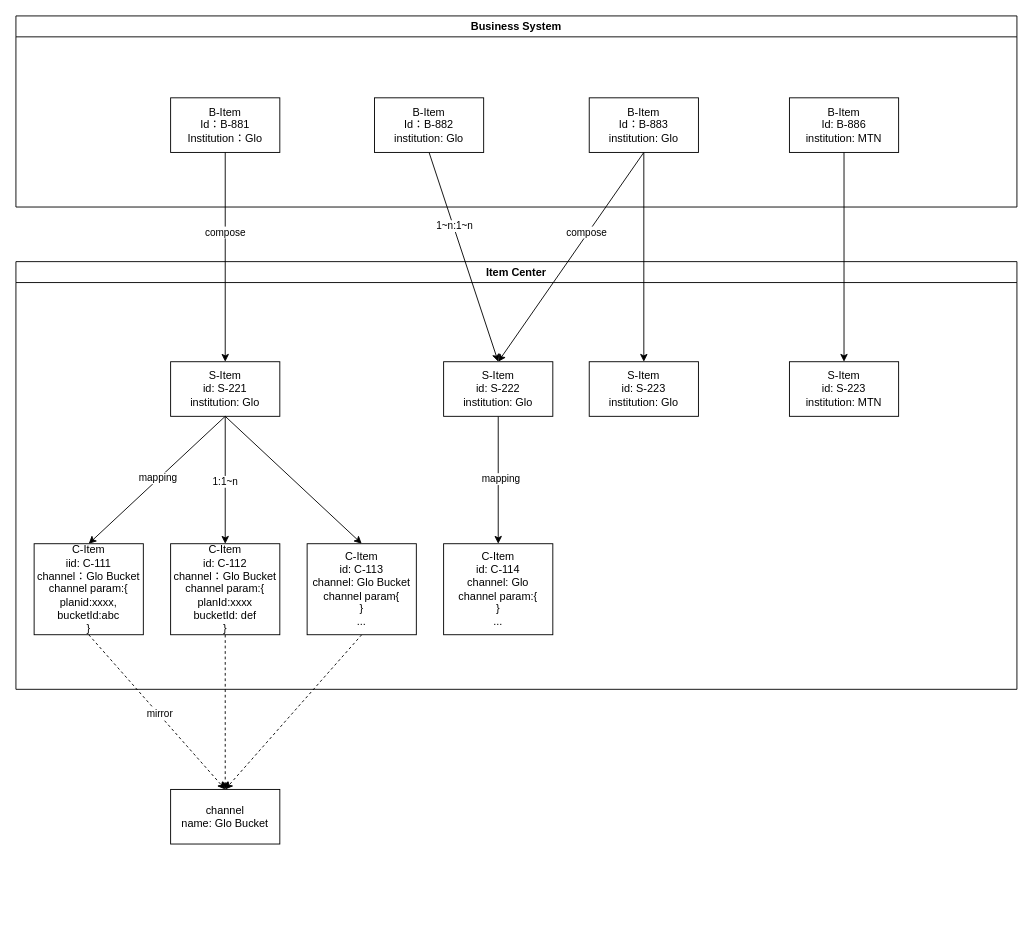
This is Standard Item.drawio from catface996/images, a draw.io file, before an edit. Source tidied: cells renumbered, new cells numbered last; positions are measured from the earlier drawing's top-left corner, leaving out a move shared by most shapes. Both pictures are drawn from the tidied source at 91%, with x=0, y=0 at pixel (15, 15).
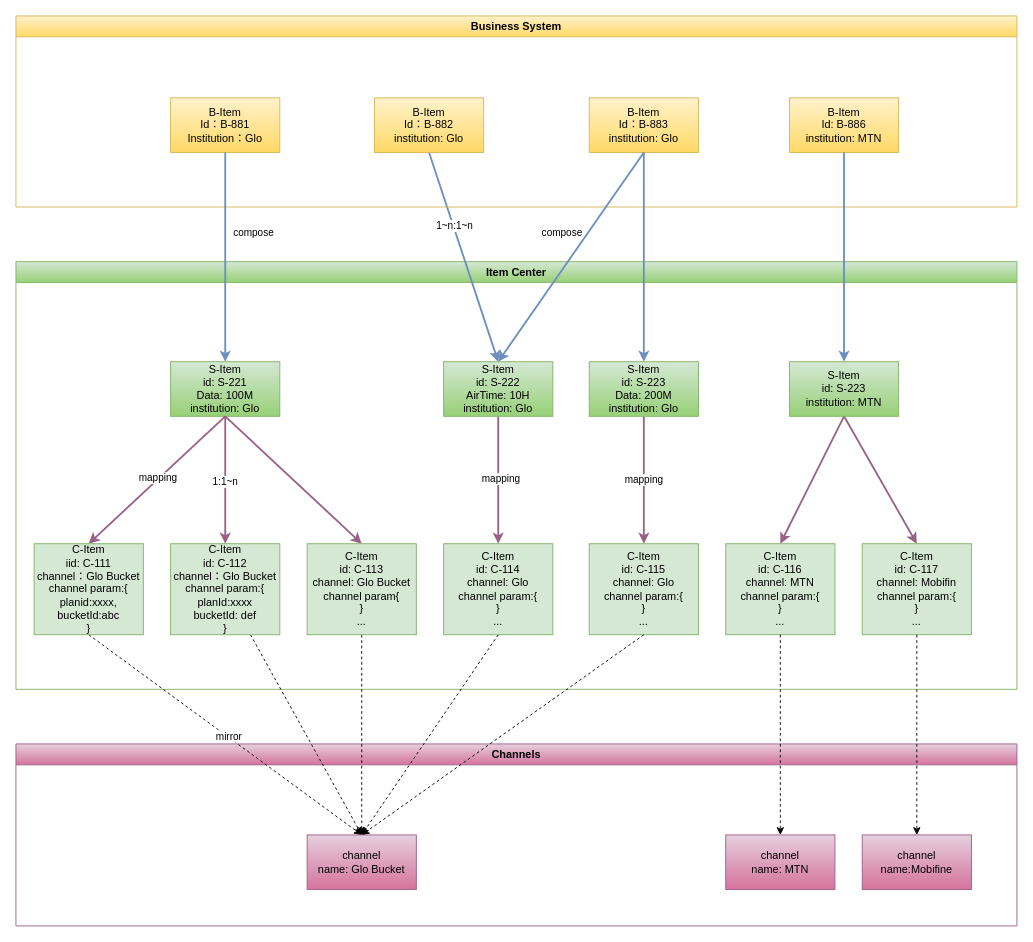
Above is the later version.

Change to the diagram source:
```diff
@@
+    <mxCell id="36" value="Channels" style="swimlane;whiteSpace=wrap;html=1;fillColor=#e6d0de;gradientColor=#d5739d;strokeColor=#996185;" parent="1" vertex="1">
+      <mxGeometry y="800" width="1100" height="200" as="geometry" />
+    </mxCell>
+    <mxCell id="17" value="channel&lt;br&gt;name: Glo Bucket" style="rounded=0;whiteSpace=wrap;html=1;fillColor=#e6d0de;gradientColor=#d5739d;strokeColor=#996185;" parent="36" vertex="1">
+      <mxGeometry x="320" y="100" width="120" height="60" as="geometry" />
+    </mxCell>
+    <mxCell id="37" value="channel&lt;br&gt;name: MTN" style="rounded=0;whiteSpace=wrap;html=1;fillColor=#e6d0de;gradientColor=#d5739d;strokeColor=#996185;" parent="36" vertex="1">
+      <mxGeometry x="780" y="100" width="120" height="60" as="geometry" />
+    </mxCell>
+    <mxCell id="38" value="channel&lt;br&gt;name:Mobifine" style="rounded=0;whiteSpace=wrap;html=1;fillColor=#e6d0de;gradientColor=#d5739d;strokeColor=#996185;" parent="36" vertex="1">
+      <mxGeometry x="930" y="100" width="120" height="60" as="geometry" />
+    </mxCell>
-    <mxCell id="2" value="Item Center" style="swimlane;whiteSpace=wrap;html=1;" parent="1" vertex="1">
+    <mxCell id="2" value="Item Center" style="swimlane;whiteSpace=wrap;html=1;fillColor=#d5e8d4;gradientColor=#97d077;strokeColor=#82b366;" parent="1" vertex="1">
       <mxGeometry y="270" width="1100" height="470" as="geometry" />
     </mxCell>
-    <mxCell id="3" value="C-Item&lt;br&gt;id: C-114&lt;br&gt;channel: Glo&lt;br&gt;channel param:{&lt;br&gt;}&lt;br&gt;..." style="rounded=0;whiteSpace=wrap;html=1;" parent="2" vertex="1">
+    <mxCell id="3" value="C-Item&lt;br&gt;id: C-114&lt;br&gt;channel: Glo&lt;br&gt;channel param:{&lt;br&gt;}&lt;br&gt;..." style="rounded=0;whiteSpace=wrap;html=1;fillColor=#d5e8d4;strokeColor=#82b366;" parent="2" vertex="1">
       <mxGeometry x="470" y="310" width="120" height="100" as="geometry" />
     </mxCell>
+    <mxCell id="39" value="mapping" style="edgeStyle=orthogonalEdgeStyle;rounded=0;jettySize=auto;html=1;entryX=0.5;entryY=0;entryDx=0;entryDy=0;fillColor=#e6d0de;gradientColor=#d5739d;strokeColor=#996185;strokeWidth=2;" parent="2" edge="1" source="4" target="44">
+      <mxGeometry relative="1" as="geometry" />
+    </mxCell>
-    <mxCell id="4" value="S-Item&lt;br&gt;id: S-223&lt;br&gt;institution: Glo" style="rounded=0;whiteSpace=wrap;html=1;" parent="2" vertex="1">
+    <mxCell id="4" value="S-Item&lt;br&gt;id: S-223&lt;br&gt;Data: 200M&lt;br&gt;institution: Glo" style="rounded=0;whiteSpace=wrap;html=1;fillColor=#d5e8d4;gradientColor=#97d077;strokeColor=#82b366;" parent="2" vertex="1">
       <mxGeometry x="630" y="110" width="120" height="60" as="geometry" />
     </mxCell>
+    <mxCell id="40" style="rounded=0;jettySize=auto;html=1;entryX=0.5;entryY=0;entryDx=0;entryDy=0;exitX=0.5;exitY=1;exitDx=0;exitDy=0;fillColor=#e6d0de;gradientColor=#d5739d;strokeColor=#996185;strokeWidth=2;" parent="2" edge="1" source="5" target="42">
+      <mxGeometry relative="1" as="geometry" />
+    </mxCell>
+    <mxCell id="41" style="rounded=0;jettySize=auto;html=1;entryX=0.5;entryY=0;entryDx=0;entryDy=0;exitX=0.5;exitY=1;exitDx=0;exitDy=0;fillColor=#e6d0de;gradientColor=#d5739d;strokeColor=#996185;strokeWidth=2;" parent="2" edge="1" source="5" target="43">
+      <mxGeometry relative="1" as="geometry" />
+    </mxCell>
-    <mxCell id="5" value="S-Item&lt;br&gt;id: S-223&lt;br&gt;institution: MTN" style="rounded=0;whiteSpace=wrap;html=1;" parent="2" vertex="1">
+    <mxCell id="5" value="S-Item&lt;br&gt;id: S-223&lt;br&gt;institution: MTN" style="rounded=0;whiteSpace=wrap;html=1;fillColor=#d5e8d4;gradientColor=#97d077;strokeColor=#82b366;" parent="2" vertex="1">
       <mxGeometry x="850" y="110" width="120" height="60" as="geometry" />
     </mxCell>
-    <mxCell id="6" value="S-Item&lt;br&gt;id: S-221&lt;br&gt;institution: Glo" style="rounded=0;whiteSpace=wrap;html=1;" parent="2" vertex="1">
+    <mxCell id="6" value="S-Item&lt;br&gt;id: S-221&lt;br&gt;Data: 100M&lt;br&gt;institution: Glo" style="rounded=0;whiteSpace=wrap;html=1;fillColor=#d5e8d4;gradientColor=#97d077;strokeColor=#82b366;" parent="2" vertex="1">
       <mxGeometry x="170" y="110" width="120" height="60" as="geometry" />
     </mxCell>
+    <mxCell id="42" value="C-Item&lt;br&gt;id: C-116&lt;br&gt;channel: MTN&lt;br&gt;channel param:{&lt;br&gt;}&lt;br&gt;..." style="rounded=0;whiteSpace=wrap;html=1;fillColor=#d5e8d4;strokeColor=#82b366;" parent="2" vertex="1">
+      <mxGeometry x="780" y="310" width="120" height="100" as="geometry" />
+    </mxCell>
+    <mxCell id="43" value="C-Item&lt;br&gt;id: C-117&lt;br&gt;channel: Mobifin&lt;br&gt;channel param:{&lt;br&gt;}&lt;br&gt;..." style="rounded=0;whiteSpace=wrap;html=1;fillColor=#d5e8d4;strokeColor=#82b366;" parent="2" vertex="1">
+      <mxGeometry x="930" y="310" width="120" height="100" as="geometry" />
+    </mxCell>
+    <mxCell id="44" value="C-Item&lt;br&gt;id: C-115&lt;br&gt;channel: Glo&lt;br&gt;channel param:{&lt;br&gt;}&lt;br&gt;..." style="rounded=0;whiteSpace=wrap;html=1;fillColor=#d5e8d4;strokeColor=#82b366;" parent="2" vertex="1">
+      <mxGeometry x="630" y="310" width="120" height="100" as="geometry" />
+    </mxCell>
-    <mxCell id="7" style="rounded=0;jettySize=auto;html=1;entryX=0.5;entryY=0;entryDx=0;entryDy=0;exitX=0.5;exitY=1;exitDx=0;exitDy=0;" parent="1" edge="1" source="26" target="24">
+    <mxCell id="7" style="rounded=0;jettySize=auto;html=1;entryX=0.5;entryY=0;entryDx=0;entryDy=0;exitX=0.5;exitY=1;exitDx=0;exitDy=0;fillColor=#dae8fc;strokeColor=#6c8ebf;strokeWidth=2;" parent="1" edge="1" source="26" target="24">
       <mxGeometry relative="1" as="geometry" />
     </mxCell>
@@
-    <mxCell id="9" style="rounded=0;jettySize=auto;html=1;entryX=0.5;entryY=0;entryDx=0;entryDy=0;exitX=0.5;exitY=1;exitDx=0;exitDy=0;" parent="1" edge="1" source="6" target="16">
+    <mxCell id="9" style="rounded=0;jettySize=auto;html=1;entryX=0.5;entryY=0;entryDx=0;entryDy=0;exitX=0.5;exitY=1;exitDx=0;exitDy=0;fillColor=#e6d0de;gradientColor=#d5739d;strokeColor=#996185;strokeWidth=2;" parent="1" edge="1" source="6" target="16">
       <mxGeometry relative="1" as="geometry" />
     </mxCell>
@@
-    <mxCell id="11" style="rounded=0;jettySize=auto;html=1;entryX=0.5;entryY=0;entryDx=0;entryDy=0;exitX=0.5;exitY=1;exitDx=0;exitDy=0;" parent="1" edge="1" source="6" target="19">
+    <mxCell id="11" style="rounded=0;jettySize=auto;html=1;entryX=0.5;entryY=0;entryDx=0;entryDy=0;exitX=0.5;exitY=1;exitDx=0;exitDy=0;fillColor=#e6d0de;gradientColor=#d5739d;strokeColor=#996185;strokeWidth=2;" parent="1" edge="1" source="6" target="19">
       <mxGeometry relative="1" as="geometry" />
     </mxCell>
@@
-    <mxCell id="13" style="rounded=0;jettySize=auto;html=1;entryX=0.5;entryY=0;entryDx=0;entryDy=0;exitX=0.5;exitY=1;exitDx=0;exitDy=0;" parent="1" edge="1" source="6" target="21">
+    <mxCell id="13" style="rounded=0;jettySize=auto;html=1;entryX=0.5;entryY=0;entryDx=0;entryDy=0;exitX=0.5;exitY=1;exitDx=0;exitDy=0;fillColor=#e6d0de;gradientColor=#d5739d;strokeColor=#996185;strokeWidth=2;" parent="1" edge="1" source="6" target="21">
       <mxGeometry relative="1" as="geometry" />
     </mxCell>
@@
-    <mxCell id="16" value="C-Item&lt;br&gt;iid: C-111&lt;br&gt;channel：Glo Bucket&lt;br&gt;channel param:{&lt;br&gt;planid:xxxx,&lt;br&gt;bucketId:abc&lt;br&gt;}" style="rounded=0;whiteSpace=wrap;html=1;" parent="1" vertex="1">
+    <mxCell id="16" value="C-Item&lt;br&gt;iid: C-111&lt;br&gt;channel：Glo Bucket&lt;br&gt;channel param:{&lt;br&gt;planid:xxxx,&lt;br&gt;bucketId:abc&lt;br&gt;}" style="rounded=0;whiteSpace=wrap;html=1;fillColor=#d5e8d4;strokeColor=#82b366;" parent="1" vertex="1">
       <mxGeometry x="20" y="580" width="120" height="100" as="geometry" />
     </mxCell>
-    <mxCell id="17" value="channel&lt;br&gt;name: Glo Bucket" style="rounded=0;whiteSpace=wrap;html=1;" parent="1" vertex="1">
-      <mxGeometry x="170" y="850" width="120" height="60" as="geometry" />
-    </mxCell>
@@
-    <mxCell id="19" value="C-Item&lt;br&gt;id: C-112&lt;br&gt;channel：Glo Bucket&lt;br&gt;channel param:{&lt;br&gt;planId:xxxx&lt;br&gt;bucketId: def&lt;br&gt;}" style="rounded=0;whiteSpace=wrap;html=1;" parent="1" vertex="1">
+    <mxCell id="19" value="C-Item&lt;br&gt;id: C-112&lt;br&gt;channel：Glo Bucket&lt;br&gt;channel param:{&lt;br&gt;planId:xxxx&lt;br&gt;bucketId: def&lt;br&gt;}" style="rounded=0;whiteSpace=wrap;html=1;fillColor=#d5e8d4;strokeColor=#82b366;" parent="1" vertex="1">
       <mxGeometry x="170" y="580" width="120" height="100" as="geometry" />
     </mxCell>
@@
-    <mxCell id="21" value="C-Item&lt;br&gt;id: C-113&lt;br&gt;channel: Glo Bucket&lt;br&gt;channel param{&lt;br&gt;}&lt;br&gt;..." style="rounded=0;whiteSpace=wrap;html=1;" parent="1" vertex="1">
+    <mxCell id="21" value="C-Item&lt;br&gt;id: C-113&lt;br&gt;channel: Glo Bucket&lt;br&gt;channel param{&lt;br&gt;}&lt;br&gt;..." style="rounded=0;whiteSpace=wrap;html=1;fillColor=#d5e8d4;strokeColor=#82b366;" parent="1" vertex="1">
       <mxGeometry x="320" y="580" width="120" height="100" as="geometry" />
     </mxCell>
-    <mxCell id="22" style="rounded=0;jettySize=auto;html=1;entryX=0.5;entryY=0;entryDx=0;entryDy=0;" parent="1" edge="1" source="24" target="3">
+    <mxCell id="22" style="rounded=0;jettySize=auto;html=1;entryX=0.5;entryY=0;entryDx=0;entryDy=0;fillColor=#e6d0de;gradientColor=#d5739d;strokeColor=#996185;strokeWidth=2;" parent="1" edge="1" source="24" target="3">
       <mxGeometry relative="1" as="geometry" />
     </mxCell>
@@
-    <mxCell id="24" value="S-Item&lt;br&gt;id: S-222&lt;br&gt;institution: Glo" style="rounded=0;whiteSpace=wrap;html=1;" parent="1" vertex="1">
+    <mxCell id="24" value="S-Item&lt;br&gt;id: S-222&lt;br&gt;AirTime: 10H&lt;br&gt;institution: Glo" style="rounded=0;whiteSpace=wrap;html=1;fillColor=#d5e8d4;gradientColor=#97d077;strokeColor=#82b366;" parent="1" vertex="1">
       <mxGeometry x="470" y="380" width="120" height="60" as="geometry" />
     </mxCell>
-    <mxCell id="25" value="Business System" style="swimlane;whiteSpace=wrap;html=1;" parent="1" vertex="1">
+    <mxCell id="25" value="Business System" style="swimlane;whiteSpace=wrap;html=1;fillColor=#fff2cc;gradientColor=#ffd966;strokeColor=#d6b656;" parent="1" vertex="1">
       <mxGeometry width="1100" height="210" as="geometry" />
     </mxCell>
-    <mxCell id="26" value="B-Item&lt;br&gt;Id：B-882&lt;br&gt;institution: Glo" style="rounded=0;whiteSpace=wrap;html=1;" parent="25" vertex="1">
+    <mxCell id="26" value="B-Item&lt;br&gt;Id：B-882&lt;br&gt;institution: Glo" style="rounded=0;whiteSpace=wrap;html=1;fillColor=#fff2cc;gradientColor=#ffd966;strokeColor=#d6b656;" parent="25" vertex="1">
       <mxGeometry x="394" y="90" width="120" height="60" as="geometry" />
     </mxCell>
-    <mxCell id="27" value="B-Item&lt;br&gt;Id：B-883&lt;br&gt;institution: Glo" style="rounded=0;whiteSpace=wrap;html=1;" parent="25" vertex="1">
+    <mxCell id="27" value="B-Item&lt;br&gt;Id：B-883&lt;br&gt;institution: Glo" style="rounded=0;whiteSpace=wrap;html=1;fillColor=#fff2cc;gradientColor=#ffd966;strokeColor=#d6b656;" parent="25" vertex="1">
       <mxGeometry x="630" y="90" width="120" height="60" as="geometry" />
     </mxCell>
-    <mxCell id="28" value="B-Item&lt;br&gt;Id：B-881&lt;br&gt;Institution：Glo" style="rounded=0;whiteSpace=wrap;html=1;" parent="25" vertex="1">
+    <mxCell id="28" value="B-Item&lt;br&gt;Id：B-881&lt;br&gt;Institution：Glo" style="rounded=0;whiteSpace=wrap;html=1;fillColor=#fff2cc;gradientColor=#ffd966;strokeColor=#d6b656;" parent="25" vertex="1">
       <mxGeometry x="170" y="90" width="120" height="60" as="geometry" />
     </mxCell>
-    <mxCell id="29" value="B-Item&lt;br&gt;Id: B-886&lt;br&gt;institution: MTN" style="rounded=0;whiteSpace=wrap;html=1;" parent="25" vertex="1">
+    <mxCell id="29" value="B-Item&lt;br&gt;Id: B-886&lt;br&gt;institution: MTN" style="rounded=0;whiteSpace=wrap;html=1;fillColor=#fff2cc;gradientColor=#ffd966;strokeColor=#d6b656;" parent="25" vertex="1">
       <mxGeometry x="850" y="90" width="120" height="60" as="geometry" />
     </mxCell>
-    <mxCell id="30" style="rounded=0;jettySize=auto;html=1;entryX=0.5;entryY=0;entryDx=0;entryDy=0;exitX=0.5;exitY=1;exitDx=0;exitDy=0;" parent="1" edge="1" source="28" target="6">
+    <mxCell id="30" style="rounded=0;jettySize=auto;html=1;entryX=0.5;entryY=0;entryDx=0;entryDy=0;exitX=0.5;exitY=1;exitDx=0;exitDy=0;fillColor=#dae8fc;strokeColor=#6c8ebf;strokeWidth=2;" parent="1" edge="1" source="28" target="6">
       <mxGeometry relative="1" as="geometry" />
     </mxCell>
     <mxCell id="31" value="compose" style="edgeLabel;html=1;align=center;verticalAlign=middle;" parent="30" vertex="1">
-      <mxGeometry x="-0.24" y="-1" relative="1" as="geometry" />
+      <mxGeometry x="-0.24" y="-1" relative="1" as="geometry">
+        <mxPoint x="31" as="offset" />
+      </mxGeometry>
     </mxCell>
-    <mxCell id="32" style="rounded=0;jettySize=auto;html=1;entryX=0.5;entryY=0;entryDx=0;entryDy=0;exitX=0.5;exitY=1;exitDx=0;exitDy=0;" parent="1" edge="1" source="27" target="24">
+    <mxCell id="32" style="rounded=0;jettySize=auto;html=1;entryX=0.5;entryY=0;entryDx=0;entryDy=0;exitX=0.5;exitY=1;exitDx=0;exitDy=0;fillColor=#dae8fc;strokeColor=#6c8ebf;strokeWidth=2;" parent="1" edge="1" source="27" target="24">
       <mxGeometry relative="1" as="geometry" />
     </mxCell>
     <mxCell id="33" value="compose" style="edgeLabel;html=1;align=center;verticalAlign=middle;" parent="32" vertex="1">
-      <mxGeometry x="-0.23" y="-2" relative="1" as="geometry" />
+      <mxGeometry x="-0.23" y="-2" relative="1" as="geometry">
+        <mxPoint x="-27" as="offset" />
+      </mxGeometry>
     </mxCell>
-    <mxCell id="34" style="rounded=0;jettySize=auto;html=1;entryX=0.5;entryY=0;entryDx=0;entryDy=0;" parent="1" edge="1" source="27" target="4">
+    <mxCell id="34" style="rounded=0;jettySize=auto;html=1;entryX=0.5;entryY=0;entryDx=0;entryDy=0;fillColor=#dae8fc;strokeColor=#6c8ebf;strokeWidth=2;" parent="1" edge="1" source="27" target="4">
       <mxGeometry relative="1" as="geometry" />
     </mxCell>
-    <mxCell id="35" style="rounded=0;jettySize=auto;html=1;entryX=0.5;entryY=0;entryDx=0;entryDy=0;" parent="1" edge="1" target="5">
+    <mxCell id="35" style="rounded=0;jettySize=auto;html=1;entryX=0.5;entryY=0;entryDx=0;entryDy=0;fillColor=#dae8fc;strokeColor=#6c8ebf;strokeWidth=2;" parent="1" edge="1" target="5">
       <mxGeometry relative="1" as="geometry">
         <mxPoint x="910" y="150" as="sourcePoint" />
       </mxGeometry>
     </mxCell>
+    <mxCell id="45" style="edgeStyle=orthogonalEdgeStyle;rounded=0;jettySize=auto;html=1;entryX=0.5;entryY=0;entryDx=0;entryDy=0;dashed=1;" parent="1" edge="1" source="42" target="37">
+      <mxGeometry relative="1" as="geometry" />
+    </mxCell>
+    <mxCell id="46" style="edgeStyle=orthogonalEdgeStyle;rounded=0;jettySize=auto;html=1;entryX=0.5;entryY=0;entryDx=0;entryDy=0;dashed=1;" parent="1" edge="1" source="43" target="38">
+      <mxGeometry relative="1" as="geometry" />
+    </mxCell>
+    <mxCell id="47" style="rounded=0;jettySize=auto;html=1;entryX=0.5;entryY=0;entryDx=0;entryDy=0;exitX=0.5;exitY=1;exitDx=0;exitDy=0;dashed=1;" parent="1" edge="1" source="3" target="17">
+      <mxGeometry relative="1" as="geometry" />
+    </mxCell>
+    <mxCell id="48" style="rounded=0;jettySize=auto;html=1;entryX=0.5;entryY=0;entryDx=0;entryDy=0;exitX=0.5;exitY=1;exitDx=0;exitDy=0;dashed=1;" parent="1" edge="1" source="44" target="17">
+      <mxGeometry relative="1" as="geometry" />
+    </mxCell>
```
